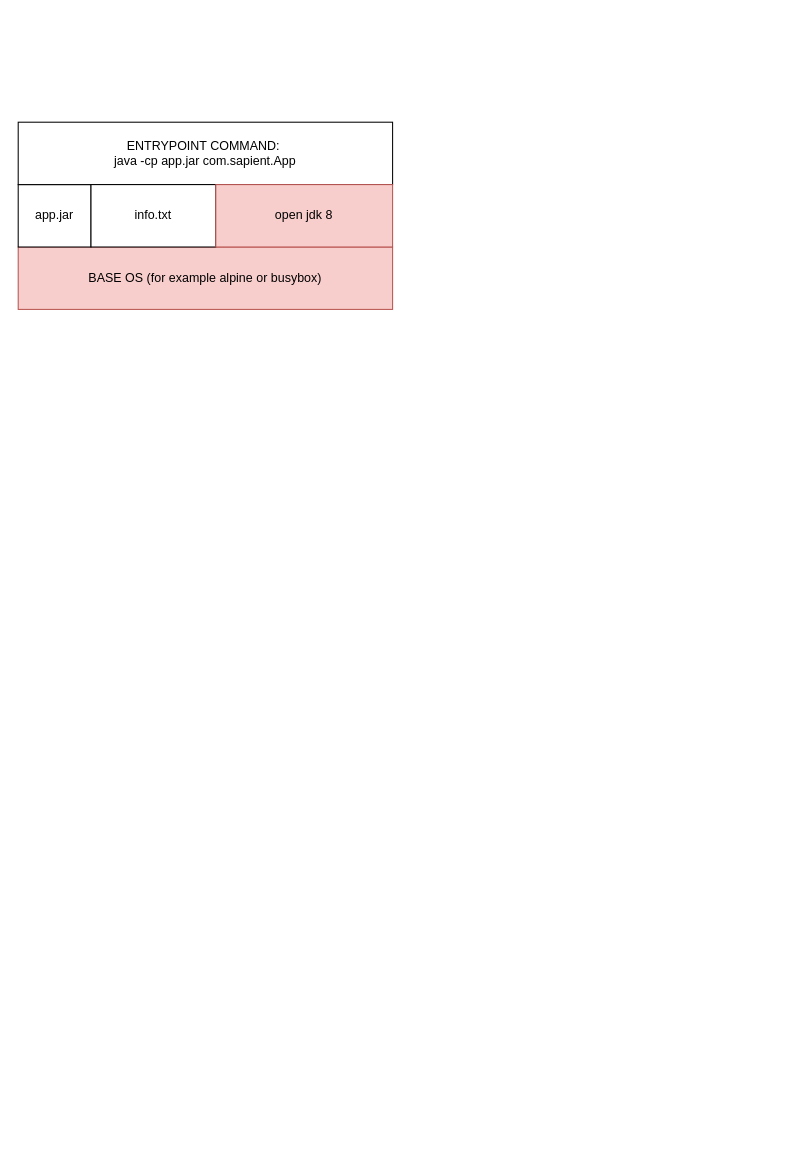
Before: page "Page-1" (1 of 2) of classroom-demo/day-04/java-docker-demo/drawings.dio in vaishnavirk/SAPIENT-ASDE-JUNE-2021, a draw.io diagram. Source tidied: cells renumbered, new cells numbered last; positions are measured from the earlier drawing's top-left corner, leaving out a move shared by most shapes. Both pictures are drawn from the tidied source at 104%, with x=0, y=0 at pixel (18, 122).
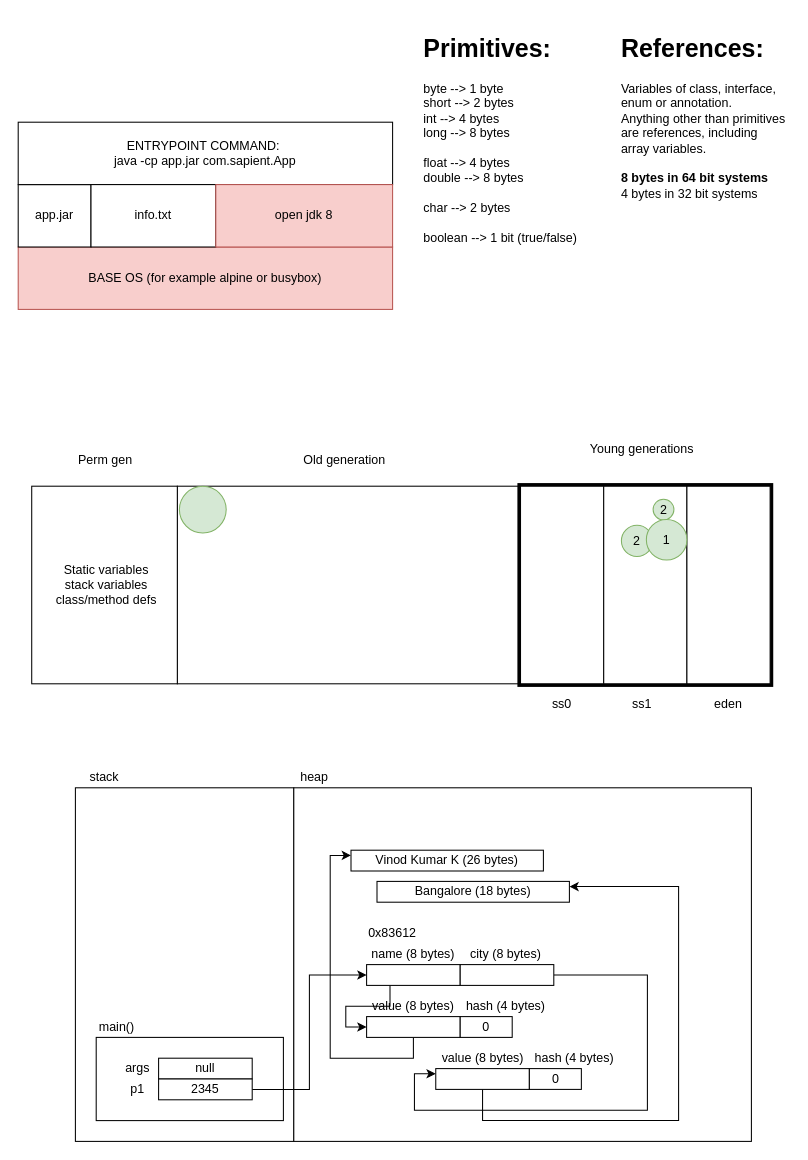
Above is the later version.

Diff of the diagram source:
```diff
@@
+    <mxCell id="7" style="rounded=0;whiteSpace=wrap;html=1;" parent="1" vertex="1">
+      <mxGeometry x="153" y="350" width="330" height="190" as="geometry" />
+    </mxCell>
+    <mxCell id="8" style="rounded=0;whiteSpace=wrap;html=1;strokeWidth=6;" parent="1" vertex="1">
+      <mxGeometry x="483" y="350" width="240" height="190" as="geometry" />
+    </mxCell>
@@
+    <mxCell id="9" style="rounded=0;whiteSpace=wrap;html=1;" parent="1" vertex="1">
+      <mxGeometry x="13" y="350" width="140" height="190" as="geometry" />
+    </mxCell>
+    <mxCell id="10" style="rounded=0;whiteSpace=wrap;html=1;" parent="1" vertex="1">
+      <mxGeometry x="483" y="350" width="80" height="190" as="geometry" />
+    </mxCell>
+    <mxCell id="11" style="rounded=0;whiteSpace=wrap;html=1;" parent="1" vertex="1">
+      <mxGeometry x="563" y="350" width="80" height="190" as="geometry" />
+    </mxCell>
+    <mxCell id="12" style="rounded=0;whiteSpace=wrap;html=1;" parent="1" vertex="1">
+      <mxGeometry x="643" y="350" width="80" height="190" as="geometry" />
+    </mxCell>
+    <mxCell id="13" value="Perm gen" style="text;html=1;strokeColor=none;fillColor=none;align=center;verticalAlign=middle;whiteSpace=wrap;rounded=0;" parent="1" vertex="1">
+      <mxGeometry x="13" y="310" width="142" height="30" as="geometry" />
+    </mxCell>
+    <mxCell id="14" value="Old generation" style="text;html=1;strokeColor=none;fillColor=none;align=center;verticalAlign=middle;whiteSpace=wrap;rounded=0;" parent="1" vertex="1">
+      <mxGeometry x="153" y="310" width="322" height="30" as="geometry" />
+    </mxCell>
+    <mxCell id="15" value="Young generations" style="text;html=1;strokeColor=none;fillColor=none;align=center;verticalAlign=middle;whiteSpace=wrap;rounded=0;" parent="1" vertex="1">
+      <mxGeometry x="475" y="300" width="250" height="30" as="geometry" />
+    </mxCell>
+    <mxCell id="16" value="ss0" style="text;html=1;strokeColor=none;fillColor=none;align=center;verticalAlign=middle;whiteSpace=wrap;rounded=0;" parent="1" vertex="1">
+      <mxGeometry x="503" y="550" width="40" height="20" as="geometry" />
+    </mxCell>
+    <mxCell id="17" value="ss1" style="text;html=1;strokeColor=none;fillColor=none;align=center;verticalAlign=middle;whiteSpace=wrap;rounded=0;" parent="1" vertex="1">
+      <mxGeometry x="580" y="550" width="40" height="20" as="geometry" />
+    </mxCell>
+    <mxCell id="18" value="eden" style="text;html=1;strokeColor=none;fillColor=none;align=center;verticalAlign=middle;whiteSpace=wrap;rounded=0;" parent="1" vertex="1">
+      <mxGeometry x="663" y="550" width="40" height="20" as="geometry" />
+    </mxCell>
+    <mxCell id="19" value="Static variables&lt;br&gt;stack variables&lt;br&gt;class/method defs" style="text;html=1;strokeColor=none;fillColor=none;align=center;verticalAlign=middle;whiteSpace=wrap;rounded=0;" parent="1" vertex="1">
+      <mxGeometry x="25" y="360" width="120" height="170" as="geometry" />
+    </mxCell>
+    <mxCell id="20" style="rounded=0;whiteSpace=wrap;html=1;strokeWidth=1;" parent="1" vertex="1">
+      <mxGeometry x="55" y="640" width="210" height="340" as="geometry" />
+    </mxCell>
+    <mxCell id="21" style="rounded=0;whiteSpace=wrap;html=1;strokeWidth=1;" parent="1" vertex="1">
+      <mxGeometry x="265" y="640" width="440" height="340" as="geometry" />
+    </mxCell>
+    <mxCell id="22" value="stack" style="text;html=1;strokeColor=none;fillColor=none;align=center;verticalAlign=middle;whiteSpace=wrap;rounded=0;" parent="1" vertex="1">
+      <mxGeometry x="63" y="620" width="40" height="20" as="geometry" />
+    </mxCell>
+    <mxCell id="23" value="heap" style="text;html=1;strokeColor=none;fillColor=none;align=center;verticalAlign=middle;whiteSpace=wrap;rounded=0;" parent="1" vertex="1">
+      <mxGeometry x="265" y="620" width="40" height="20" as="geometry" />
+    </mxCell>
+    <mxCell id="24" style="rounded=0;whiteSpace=wrap;html=1;strokeWidth=1;" parent="1" vertex="1">
+      <mxGeometry x="75" y="880" width="180" height="80" as="geometry" />
+    </mxCell>
+    <mxCell id="25" value="main()" style="text;html=1;strokeColor=none;fillColor=none;align=center;verticalAlign=middle;whiteSpace=wrap;rounded=0;" parent="1" vertex="1">
+      <mxGeometry x="75" y="860" width="40" height="20" as="geometry" />
+    </mxCell>
+    <mxCell id="26" value="args" style="text;html=1;strokeColor=none;fillColor=none;align=center;verticalAlign=middle;whiteSpace=wrap;rounded=0;" parent="1" vertex="1">
+      <mxGeometry x="95" y="900" width="40" height="20" as="geometry" />
+    </mxCell>
+    <mxCell id="27" value="p1" style="text;html=1;strokeColor=none;fillColor=none;align=center;verticalAlign=middle;whiteSpace=wrap;rounded=0;" parent="1" vertex="1">
+      <mxGeometry x="95" y="920" width="40" height="20" as="geometry" />
+    </mxCell>
+    <mxCell id="28" value="null" style="rounded=0;whiteSpace=wrap;html=1;strokeWidth=1;" parent="1" vertex="1">
+      <mxGeometry x="135" y="900" width="90" height="20" as="geometry" />
+    </mxCell>
+    <mxCell id="29" style="edgeStyle=orthogonalEdgeStyle;rounded=0;jettySize=auto;html=1;exitX=1;exitY=0.5;exitDx=0;exitDy=0;entryX=0;entryY=0.5;entryDx=0;entryDy=0;" parent="1" edge="1" source="30" target="34">
+      <mxGeometry relative="1" as="geometry" />
+    </mxCell>
+    <mxCell id="30" value="2345" style="rounded=0;whiteSpace=wrap;html=1;strokeWidth=1;" parent="1" vertex="1">
+      <mxGeometry x="135" y="920" width="90" height="20" as="geometry" />
+    </mxCell>
+    <mxCell id="31" value="&lt;h1&gt;Primitives:&lt;/h1&gt;&lt;div&gt;byte --&amp;gt; 1 byte&lt;/div&gt;&lt;div&gt;short --&amp;gt; 2 bytes&lt;/div&gt;&lt;div&gt;int --&amp;gt; 4 bytes&lt;/div&gt;&lt;div&gt;long --&amp;gt; 8 bytes&lt;/div&gt;&lt;div&gt;&lt;br&gt;&lt;/div&gt;&lt;div&gt;float --&amp;gt; 4 bytes&lt;/div&gt;&lt;div&gt;double --&amp;gt; 8 bytes&lt;/div&gt;&lt;div&gt;&lt;br&gt;&lt;/div&gt;&lt;div&gt;char --&amp;gt; 2 bytes&lt;/div&gt;&lt;div&gt;&lt;br&gt;&lt;/div&gt;&lt;div&gt;boolean --&amp;gt; 1 bit (true/false)&lt;/div&gt;" style="text;html=1;strokeColor=none;fillColor=none;spacing=5;spacingTop=-20;whiteSpace=wrap;overflow=hidden;rounded=0;" parent="1" vertex="1">
+      <mxGeometry x="385" y="-90" width="167" height="280" as="geometry" />
+    </mxCell>
+    <mxCell id="32" value="&lt;h1&gt;References:&lt;/h1&gt;&lt;div&gt;Variables of class, interface, enum or annotation.&lt;/div&gt;&lt;div&gt;Anything other than primitives are references, including array variables.&lt;/div&gt;&lt;div&gt;&lt;br&gt;&lt;/div&gt;&lt;div&gt;&lt;b&gt;8 bytes in 64 bit systems&lt;/b&gt;&lt;/div&gt;&lt;div&gt;4 bytes in 32 bit systems&lt;/div&gt;" style="text;html=1;strokeColor=none;fillColor=none;spacing=5;spacingTop=-20;whiteSpace=wrap;overflow=hidden;rounded=0;" parent="1" vertex="1">
+      <mxGeometry x="575" y="-90" width="167" height="190" as="geometry" />
+    </mxCell>
+    <mxCell id="33" style="edgeStyle=orthogonalEdgeStyle;rounded=0;jettySize=auto;html=1;exitX=0.25;exitY=1;exitDx=0;exitDy=0;entryX=0;entryY=0.5;entryDx=0;entryDy=0;" parent="1" edge="1" source="34" target="41">
+      <mxGeometry relative="1" as="geometry" />
+    </mxCell>
+    <mxCell id="34" style="rounded=0;whiteSpace=wrap;html=1;strokeWidth=1;" parent="1" vertex="1">
+      <mxGeometry x="335" y="810" width="90" height="20" as="geometry" />
+    </mxCell>
+    <mxCell id="35" style="edgeStyle=orthogonalEdgeStyle;rounded=0;jettySize=auto;html=1;exitX=1;exitY=0.5;exitDx=0;exitDy=0;entryX=0;entryY=0.25;entryDx=0;entryDy=0;" parent="1" edge="1" source="36" target="46">
+      <mxGeometry relative="1" as="geometry">
+        <Array as="points">
+          <mxPoint x="605" y="820" />
+          <mxPoint x="605" y="950" />
+          <mxPoint x="381" y="950" />
+          <mxPoint x="381" y="915" />
+        </Array>
+      </mxGeometry>
+    </mxCell>
+    <mxCell id="36" style="rounded=0;whiteSpace=wrap;html=1;strokeWidth=1;" parent="1" vertex="1">
+      <mxGeometry x="425" y="810" width="90" height="20" as="geometry" />
+    </mxCell>
+    <mxCell id="37" value="name (8 bytes)" style="text;html=1;strokeColor=none;fillColor=none;align=center;verticalAlign=middle;whiteSpace=wrap;rounded=0;" parent="1" vertex="1">
+      <mxGeometry x="335" y="790" width="90" height="20" as="geometry" />
+    </mxCell>
+    <mxCell id="38" value="city (8 bytes)" style="text;html=1;strokeColor=none;fillColor=none;align=center;verticalAlign=middle;whiteSpace=wrap;rounded=0;" parent="1" vertex="1">
+      <mxGeometry x="423.5" y="790" width="90" height="20" as="geometry" />
+    </mxCell>
+    <mxCell id="39" value="0x83612" style="text;html=1;strokeColor=none;fillColor=none;align=center;verticalAlign=middle;whiteSpace=wrap;rounded=0;" parent="1" vertex="1">
+      <mxGeometry x="335" y="770" width="50" height="20" as="geometry" />
+    </mxCell>
+    <mxCell id="40" style="edgeStyle=orthogonalEdgeStyle;rounded=0;jettySize=auto;html=1;exitX=0.5;exitY=1;exitDx=0;exitDy=0;entryX=0;entryY=0.25;entryDx=0;entryDy=0;" parent="1" edge="1" source="41" target="50">
+      <mxGeometry relative="1" as="geometry">
+        <Array as="points">
+          <mxPoint x="380" y="900" />
+          <mxPoint x="300" y="900" />
+          <mxPoint x="300" y="705" />
+        </Array>
+      </mxGeometry>
+    </mxCell>
+    <mxCell id="41" style="rounded=0;whiteSpace=wrap;html=1;strokeWidth=1;" parent="1" vertex="1">
+      <mxGeometry x="335" y="860" width="90" height="20" as="geometry" />
+    </mxCell>
+    <mxCell id="42" value="0" style="rounded=0;whiteSpace=wrap;html=1;strokeWidth=1;" parent="1" vertex="1">
+      <mxGeometry x="425" y="860" width="50" height="20" as="geometry" />
+    </mxCell>
+    <mxCell id="43" value="value (8 bytes)" style="text;html=1;strokeColor=none;fillColor=none;align=center;verticalAlign=middle;whiteSpace=wrap;rounded=0;" parent="1" vertex="1">
+      <mxGeometry x="335" y="840" width="90" height="20" as="geometry" />
+    </mxCell>
+    <mxCell id="44" value="hash (4 bytes)" style="text;html=1;strokeColor=none;fillColor=none;align=center;verticalAlign=middle;whiteSpace=wrap;rounded=0;" parent="1" vertex="1">
+      <mxGeometry x="423.5" y="840" width="90" height="20" as="geometry" />
+    </mxCell>
+    <mxCell id="45" style="edgeStyle=orthogonalEdgeStyle;rounded=0;jettySize=auto;html=1;exitX=0.5;exitY=1;exitDx=0;exitDy=0;entryX=1;entryY=0.25;entryDx=0;entryDy=0;" parent="1" edge="1" source="46" target="51">
+      <mxGeometry relative="1" as="geometry">
+        <Array as="points">
+          <mxPoint x="447" y="960" />
+          <mxPoint x="635" y="960" />
+          <mxPoint x="635" y="735" />
+        </Array>
+      </mxGeometry>
+    </mxCell>
+    <mxCell id="46" style="rounded=0;whiteSpace=wrap;html=1;strokeWidth=1;" parent="1" vertex="1">
+      <mxGeometry x="401.5" y="910" width="90" height="20" as="geometry" />
+    </mxCell>
+    <mxCell id="47" value="0" style="rounded=0;whiteSpace=wrap;html=1;strokeWidth=1;" parent="1" vertex="1">
+      <mxGeometry x="491.5" y="910" width="50" height="20" as="geometry" />
+    </mxCell>
+    <mxCell id="48" value="value (8 bytes)" style="text;html=1;strokeColor=none;fillColor=none;align=center;verticalAlign=middle;whiteSpace=wrap;rounded=0;" parent="1" vertex="1">
+      <mxGeometry x="401.5" y="890" width="90" height="20" as="geometry" />
+    </mxCell>
+    <mxCell id="49" value="hash (4 bytes)" style="text;html=1;strokeColor=none;fillColor=none;align=center;verticalAlign=middle;whiteSpace=wrap;rounded=0;" parent="1" vertex="1">
+      <mxGeometry x="490" y="890" width="90" height="20" as="geometry" />
+    </mxCell>
+    <mxCell id="50" value="Vinod Kumar K (26 bytes)" style="rounded=0;whiteSpace=wrap;html=1;strokeWidth=1;" parent="1" vertex="1">
+      <mxGeometry x="320" y="700" width="185" height="20" as="geometry" />
+    </mxCell>
+    <mxCell id="51" value="Bangalore (18 bytes)" style="rounded=0;whiteSpace=wrap;html=1;strokeWidth=1;" parent="1" vertex="1">
+      <mxGeometry x="345" y="730" width="185" height="20" as="geometry" />
+    </mxCell>
+    <mxCell id="52" value="2" style="ellipse;whiteSpace=wrap;html=1;strokeWidth=1;fillColor=#d5e8d4;strokeColor=#82b366;" parent="1" vertex="1">
+      <mxGeometry x="580" y="387.5" width="30" height="30" as="geometry" />
+    </mxCell>
+    <mxCell id="53" value="2" style="ellipse;whiteSpace=wrap;html=1;strokeWidth=1;fillColor=#d5e8d4;strokeColor=#82b366;" parent="1" vertex="1">
+      <mxGeometry x="610.5" y="362.5" width="20" height="20" as="geometry" />
+    </mxCell>
+    <mxCell id="54" style="ellipse;whiteSpace=wrap;html=1;strokeWidth=1;fillColor=#d5e8d4;strokeColor=#82b366;" parent="1" vertex="1">
+      <mxGeometry x="155" y="350" width="45" height="45" as="geometry" />
+    </mxCell>
+    <mxCell id="55" value="1" style="ellipse;whiteSpace=wrap;html=1;strokeWidth=1;fillColor=#d5e8d4;strokeColor=#82b366;" parent="1" vertex="1">
+      <mxGeometry x="604" y="382" width="39" height="39" as="geometry" />
+    </mxCell>
```
